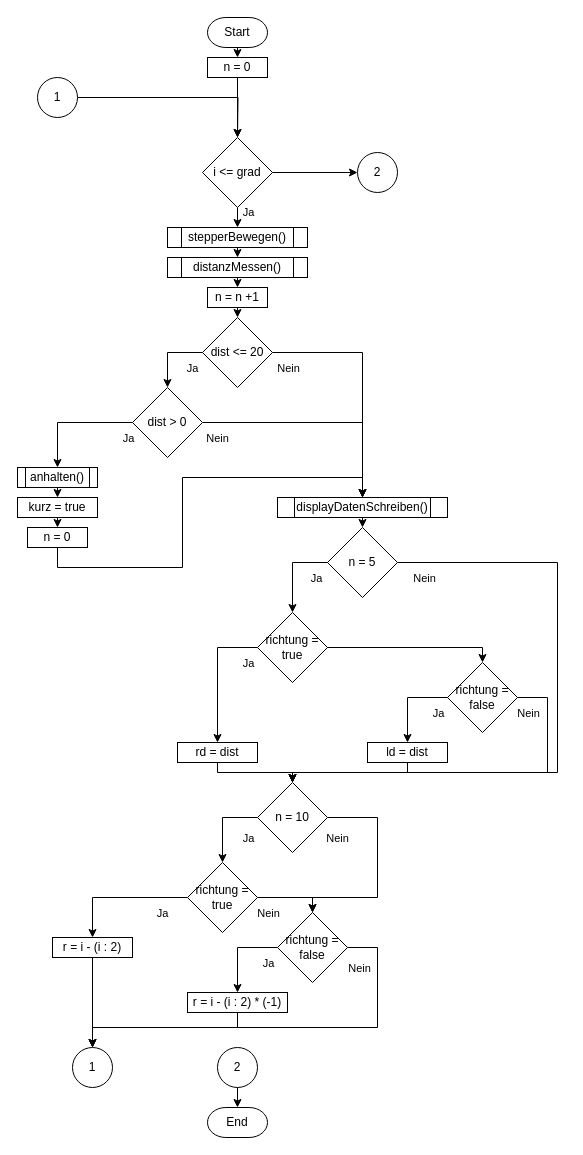
Earlier version of the draw.io diagram MainPAP.drawio (DanielSteinhauser/lidar-auto). Source tidied: cells renumbered, new cells numbered last; positions are measured from the earlier drawing's top-left corner, leaving out a move shared by most shapes. Both pictures are drawn from the tidied source at 100%, with x=0, y=0 at pixel (17, 17).
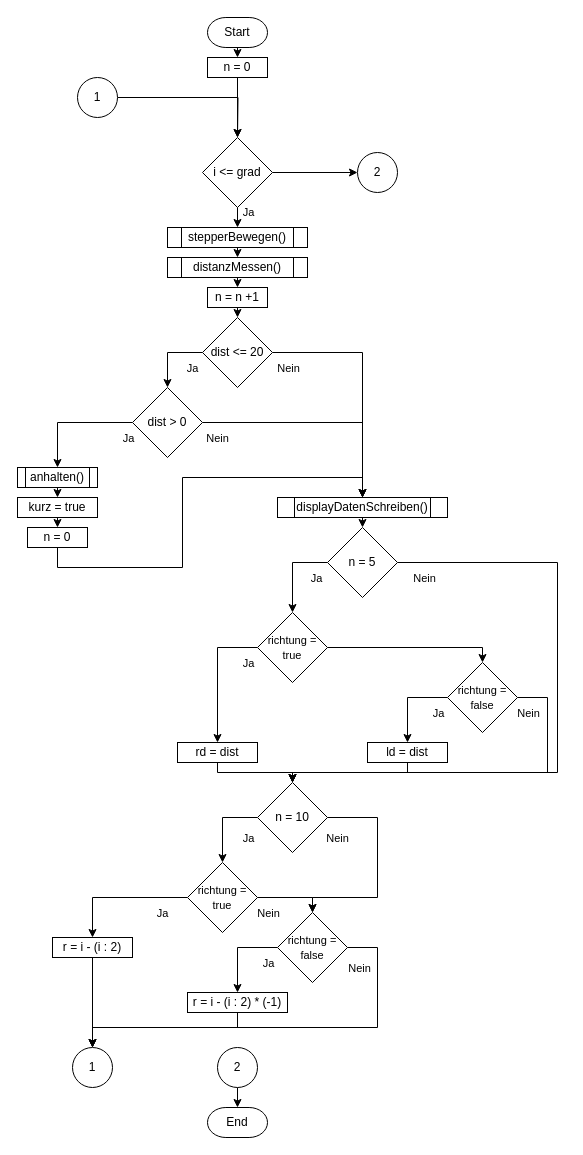
The same diagram, later.

What changed in the source:
```diff
@@
-    <mxCell id="42" value="richtung = true" style="strokeWidth=1;html=1;shape=mxgraph.flowchart.decision;whiteSpace=wrap;rounded=1;strokeColor=default;" parent="1" vertex="1">
+    <mxCell id="42" value="&lt;font style=&quot;font-size: 11px&quot;&gt;richtung = true&lt;/font&gt;" style="strokeWidth=1;html=1;shape=mxgraph.flowchart.decision;whiteSpace=wrap;rounded=1;strokeColor=default;" parent="1" vertex="1">
       <mxGeometry x="240" y="595" width="70" height="70" as="geometry" />
     </mxCell>
@@
-    <mxCell id="47" value="richtung = false" style="strokeWidth=1;html=1;shape=mxgraph.flowchart.decision;whiteSpace=wrap;rounded=1;strokeColor=default;" parent="1" vertex="1">
+    <mxCell id="47" value="&lt;font style=&quot;font-size: 11px&quot;&gt;richtung = false&lt;/font&gt;" style="strokeWidth=1;html=1;shape=mxgraph.flowchart.decision;whiteSpace=wrap;rounded=1;strokeColor=default;" parent="1" vertex="1">
       <mxGeometry x="430" y="645" width="70" height="70" as="geometry" />
     </mxCell>
@@
-    <mxCell id="61" value="richtung = true" style="strokeWidth=1;html=1;shape=mxgraph.flowchart.decision;whiteSpace=wrap;rounded=1;strokeColor=default;" parent="1" vertex="1">
+    <mxCell id="61" value="&lt;div&gt;&lt;span&gt;&lt;font style=&quot;font-size: 11px&quot;&gt;richtung = true&lt;/font&gt;&lt;/span&gt;&lt;/div&gt;" style="strokeWidth=1;html=1;shape=mxgraph.flowchart.decision;whiteSpace=wrap;rounded=1;strokeColor=default;align=center;" parent="1" vertex="1">
       <mxGeometry x="170" y="845" width="70" height="70" as="geometry" />
     </mxCell>
@@
-    <mxCell id="66" value="richtung = false" style="strokeWidth=1;html=1;shape=mxgraph.flowchart.decision;whiteSpace=wrap;rounded=1;strokeColor=default;" parent="1" vertex="1">
+    <mxCell id="66" value="&lt;font style=&quot;font-size: 11px&quot;&gt;richtung = false&lt;/font&gt;" style="strokeWidth=1;html=1;shape=mxgraph.flowchart.decision;whiteSpace=wrap;rounded=1;strokeColor=default;" parent="1" vertex="1">
       <mxGeometry x="260" y="895" width="70" height="70" as="geometry" />
     </mxCell>
@@
     <mxCell id="73" value="1" style="strokeWidth=1;html=1;shape=mxgraph.flowchart.start_2;whiteSpace=wrap;rounded=0;" parent="1" vertex="1">
-      <mxGeometry x="20" y="60" width="40" height="40" as="geometry" />
+      <mxGeometry x="60" y="60" width="40" height="40" as="geometry" />
     </mxCell>
```
